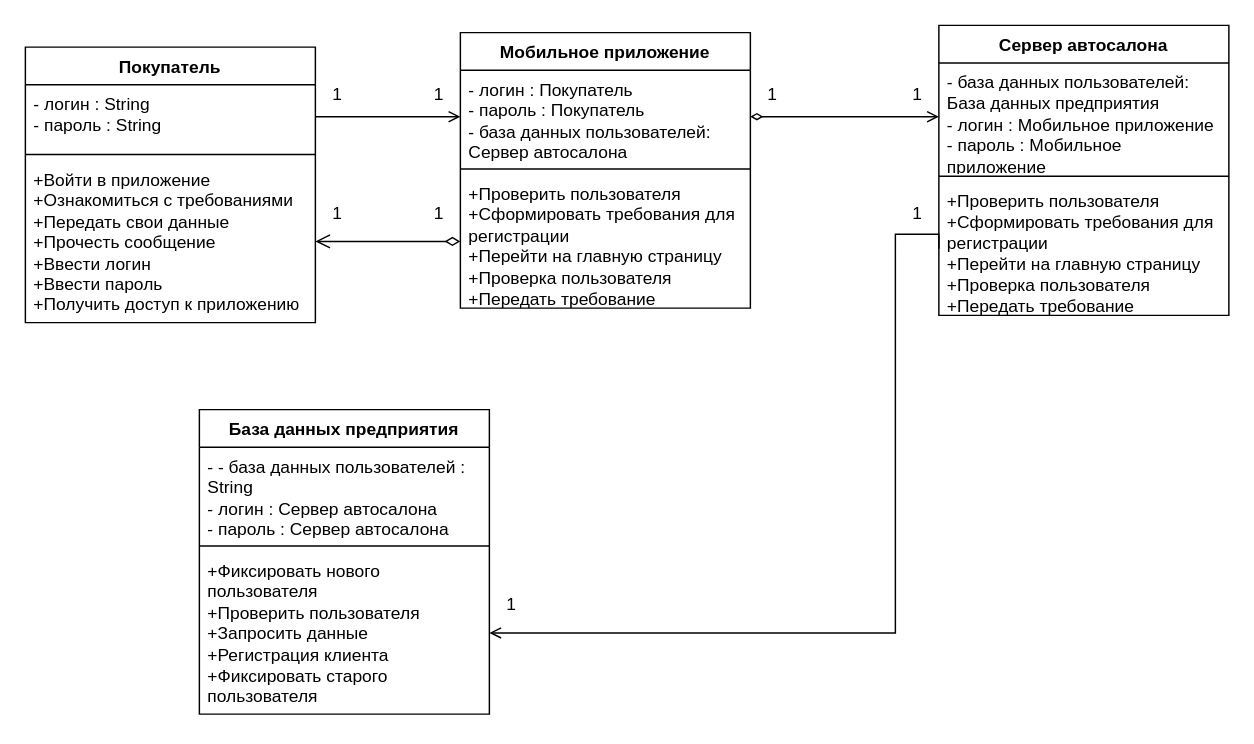
Above: page "Page-5" (5 of 5) of 1-1.drawio in Helpmepleaseitishard/Aikms (draw.io), before the change. Source tidied: cells renumbered, new cells numbered last; positions are measured from the earlier drawing's top-left corner, leaving out a move shared by most shapes. Both pictures are drawn from the tidied source at 145%, with x=0, y=0 at pixel (25, 25).
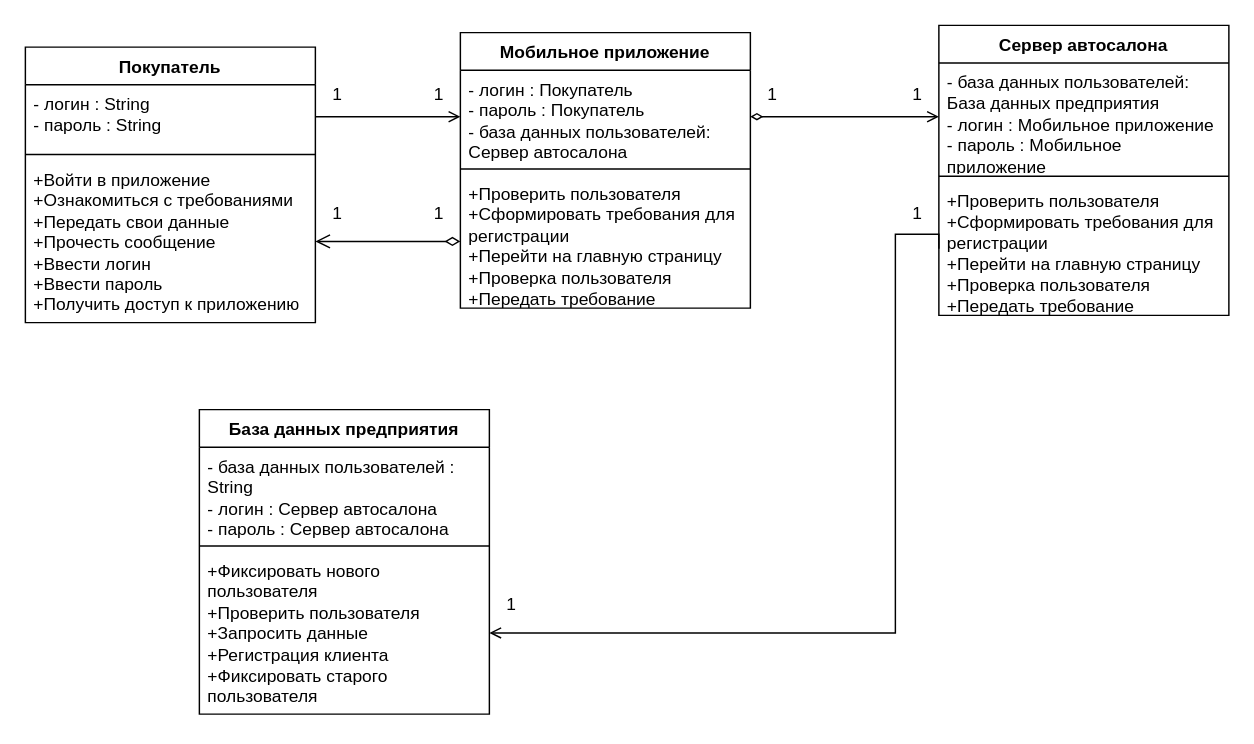
The same diagram, later.

The change refers to these unchanged cells:
```xml
<mxCell id="14" value="База данных предприятия" style="swimlane;fontStyle=1;align=center;verticalAlign=top;horizontal=1;startSize=26;whiteSpace=wrap;html=1;" parent="1" vertex="1">
  <mxGeometry x="120" y="265" width="200" height="210" as="geometry" />
</mxCell>
```

Diff of the diagram source:
```diff
@@
-    <mxCell id="15" value="&lt;div&gt;-&amp;nbsp;- база данных пользователей : String&lt;/div&gt;&lt;div&gt;&lt;div&gt;&lt;div&gt;&lt;div&gt;&lt;/div&gt;&lt;/div&gt;&lt;/div&gt;&lt;/div&gt;&lt;div&gt;&lt;div&gt;&lt;div&gt;- логин : Сервер автосалона&lt;/div&gt;&lt;div&gt;- пароль : Сервер автосалона&lt;/div&gt;&lt;/div&gt;&lt;/div&gt;" style="text;strokeColor=none;fillColor=none;align=left;verticalAlign=top;spacingLeft=4;spacingRight=4;overflow=hidden;whiteSpace=wrap;html=1;" parent="14" vertex="1">
+    <mxCell id="15" value="&lt;div&gt;- база данных пользователей : String&lt;/div&gt;&lt;div&gt;&lt;div&gt;&lt;div&gt;&lt;div&gt;&lt;/div&gt;&lt;/div&gt;&lt;/div&gt;&lt;/div&gt;&lt;div&gt;&lt;div&gt;&lt;div&gt;- логин : Сервер автосалона&lt;/div&gt;&lt;div&gt;- пароль : Сервер автосалона&lt;/div&gt;&lt;/div&gt;&lt;/div&gt;" style="text;strokeColor=none;fillColor=none;align=left;verticalAlign=top;spacingLeft=4;spacingRight=4;overflow=hidden;whiteSpace=wrap;html=1;" parent="14" vertex="1">
       <mxGeometry y="26" width="200" height="64" as="geometry" />
     </mxCell>
```
